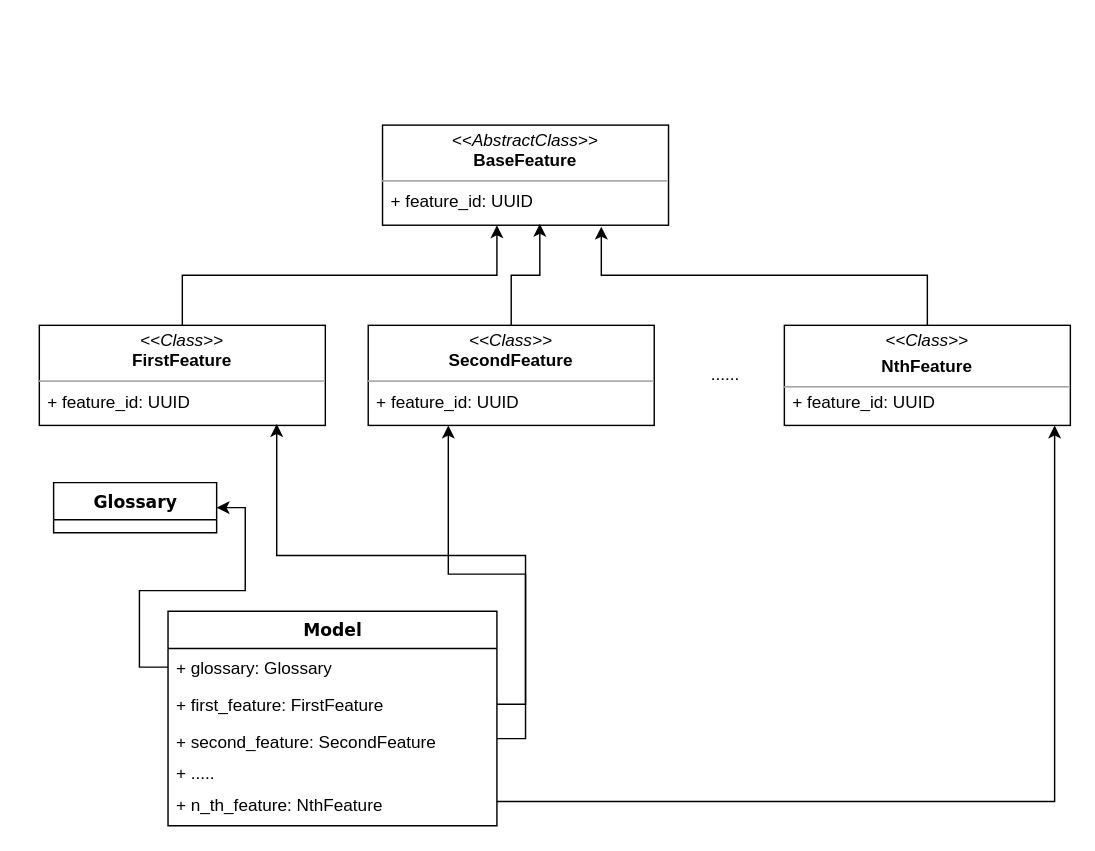
The draw.io diagram master/sources/diploma/architecture/diagrams/model/classes.drawio in stalker-fc/diploma, before the edit. Source tidied: cells renumbered, new cells numbered last; positions are measured from the earlier drawing's top-left corner, leaving out a move shared by most shapes. Both pictures are drawn from the tidied source at 143%, with x=0, y=0 at pixel (39, 124).
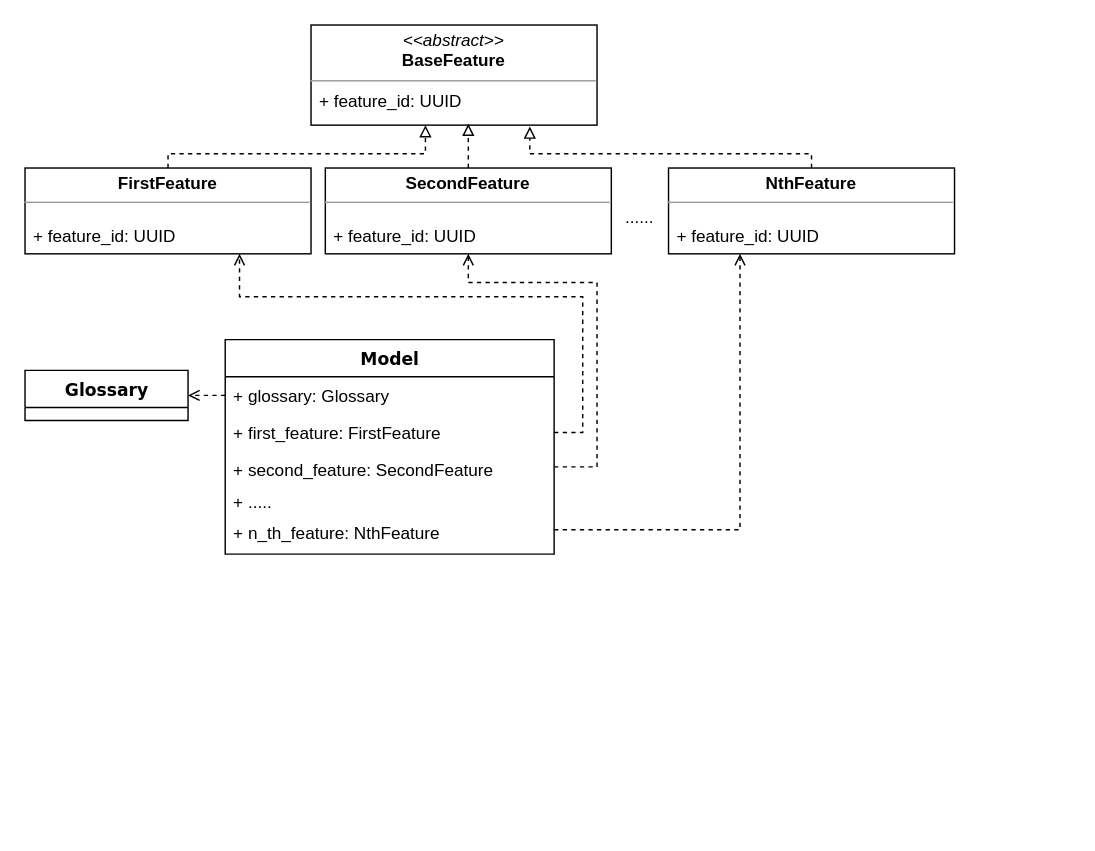
Above is the later version.

Commit message (it also covers changes not shown here):
update math classes diagram

The change refers to these unchanged cells:
```xml
<mxCell id="4" value="+ feature_id: UUID" style="text;html=1;strokeColor=none;fillColor=none;align=left;verticalAlign=top;spacingLeft=4;spacingRight=4;whiteSpace=wrap;overflow=hidden;points=[[0,0.5],[1,0.5]];portConstraint=eastwest;" parent="2" vertex="1">
  <mxGeometry y="40" width="200" height="30" as="geometry" />
</mxCell>
<mxCell id="6" value="+ glossary: Glossary" style="text;html=1;strokeColor=none;fillColor=none;align=left;verticalAlign=top;spacingLeft=4;spacingRight=4;whiteSpace=wrap;overflow=hidden;points=[[0,0.5],[1,0.5]];portConstraint=eastwest;" parent="5" vertex="1">
  <mxGeometry y="26" width="230" height="26" as="geometry" />
</mxCell>
<mxCell id="7" value="+ first_feature: FirstFeature" style="text;html=1;strokeColor=none;fillColor=none;align=left;verticalAlign=top;spacingLeft=4;spacingRight=4;whiteSpace=wrap;overflow=hidden;points=[[0,0.5],[1,0.5]];portConstraint=eastwest;" parent="5" vertex="1">
  <mxGeometry y="52" width="230" height="26" as="geometry" />
</mxCell>
<mxCell id="8" value="+ second_feature: SecondFeature" style="text;html=1;strokeColor=none;fillColor=none;align=left;verticalAlign=top;spacingLeft=4;spacingRight=4;whiteSpace=wrap;overflow=hidden;points=[[0,0.5],[1,0.5]];portConstraint=eastwest;" parent="5" vertex="1">
  <mxGeometry y="78" width="230" height="22" as="geometry" />
</mxCell>
<mxCell id="10" value="+ n_th_feature: NthFeature" style="text;html=1;strokeColor=none;fillColor=none;align=left;verticalAlign=top;spacingLeft=4;spacingRight=4;whiteSpace=wrap;overflow=hidden;points=[[0,0.5],[1,0.5]];portConstraint=eastwest;" parent="5" vertex="1">
  <mxGeometry y="122" width="230" height="22" as="geometry" />
</mxCell>
```

What changed in the source:
```diff
@@
     <mxCell id="2" style="group;" parent="1" vertex="1">
-      <mxGeometry x="240" width="200" height="70" as="geometry" />
+      <mxGeometry x="190" y="-70" width="200" height="70" as="geometry" />
     </mxCell>
-    <mxCell id="3" value="&lt;p style=&quot;margin: 0px ; margin-top: 4px ; text-align: center&quot;&gt;&lt;i&gt;&amp;lt;&amp;lt;AbstractClass&amp;gt;&amp;gt;&lt;/i&gt;&lt;br&gt;&lt;b&gt;BaseFeature&lt;/b&gt;&lt;br&gt;&lt;/p&gt;&lt;hr size=&quot;1&quot;&gt;&lt;p style=&quot;margin: 0px ; margin-left: 4px&quot;&gt;&lt;br&gt;&lt;/p&gt;" style="verticalAlign=top;align=left;overflow=fill;fontSize=12;fontFamily=Helvetica;html=1;rounded=0;shadow=0;comic=0;labelBackgroundColor=none;strokeWidth=1;" parent="2" vertex="1">
+    <mxCell id="3" value="&lt;p style=&quot;margin: 0px ; margin-top: 4px ; text-align: center&quot;&gt;&lt;i&gt;&amp;lt;&amp;lt;abstract&amp;gt;&amp;gt;&lt;/i&gt;&lt;br&gt;&lt;b&gt;BaseFeature&lt;/b&gt;&lt;br&gt;&lt;/p&gt;&lt;hr size=&quot;1&quot;&gt;&lt;p style=&quot;margin: 0px ; margin-left: 4px&quot;&gt;&lt;br&gt;&lt;/p&gt;" style="verticalAlign=top;align=left;overflow=fill;fontSize=12;fontFamily=Helvetica;html=1;rounded=0;shadow=0;comic=0;labelBackgroundColor=none;strokeWidth=1;" parent="2" vertex="1">
       <mxGeometry width="200" height="70" as="geometry" />
     </mxCell>
@@
     <mxCell id="5" value="Model" style="swimlane;html=1;fontStyle=1;align=center;verticalAlign=top;horizontal=1;startSize=26;swimlaneFillColor=#ffffff;rounded=0;shadow=0;comic=0;labelBackgroundColor=none;strokeWidth=1;fillColor=none;fontFamily=Verdana;fontSize=12;" parent="1" vertex="1">
-      <mxGeometry x="90" y="340" width="230" height="150" as="geometry" />
+      <mxGeometry x="130" y="150" width="230" height="150" as="geometry" />
     </mxCell>
@@
     <mxCell id="11" value="Glossary" style="swimlane;html=1;fontStyle=1;align=center;verticalAlign=top;horizontal=1;startSize=26;swimlaneFillColor=#ffffff;rounded=0;shadow=0;comic=0;labelBackgroundColor=none;strokeWidth=1;fillColor=none;fontFamily=Verdana;fontSize=12;" parent="1" vertex="1">
-      <mxGeometry x="10" y="250" width="114" height="35" as="geometry" />
+      <mxGeometry x="-10" y="171.5" width="114" height="35" as="geometry" />
     </mxCell>
     <mxCell id="12" style="group;" parent="1" vertex="1">
-      <mxGeometry y="140" width="200" height="70" as="geometry" />
+      <mxGeometry x="-10" y="30" width="200" height="60" as="geometry" />
     </mxCell>
-    <mxCell id="13" value="&lt;p style=&quot;margin: 0px ; margin-top: 4px ; text-align: center&quot;&gt;&lt;i&gt;&amp;lt;&amp;lt;Class&amp;gt;&amp;gt;&lt;/i&gt;&lt;br&gt;&lt;b&gt;FirstFeature&lt;/b&gt;&lt;br&gt;&lt;/p&gt;&lt;hr size=&quot;1&quot;&gt;&lt;p style=&quot;margin: 0px ; margin-left: 4px&quot;&gt;&lt;br&gt;&lt;/p&gt;" style="verticalAlign=top;align=left;overflow=fill;fontSize=12;fontFamily=Helvetica;html=1;rounded=0;shadow=0;comic=0;labelBackgroundColor=none;strokeWidth=1;" parent="12" vertex="1">
-      <mxGeometry width="200" height="70" as="geometry" />
+    <mxCell id="13" value="&lt;p style=&quot;margin: 0px ; margin-top: 4px ; text-align: center&quot;&gt;&lt;b&gt;FirstFeature&lt;/b&gt;&lt;br&gt;&lt;/p&gt;&lt;hr size=&quot;1&quot;&gt;&lt;p style=&quot;margin: 0px ; margin-left: 4px&quot;&gt;&lt;br&gt;&lt;/p&gt;" style="verticalAlign=top;align=left;overflow=fill;fontSize=12;fontFamily=Helvetica;html=1;rounded=0;shadow=0;comic=0;labelBackgroundColor=none;strokeWidth=1;" parent="12" vertex="1">
+      <mxGeometry width="200" height="60" as="geometry" />
     </mxCell>
     <mxCell id="14" value="+ feature_id: UUID" style="text;html=1;strokeColor=none;fillColor=none;align=left;verticalAlign=top;spacingLeft=4;spacingRight=4;whiteSpace=wrap;overflow=hidden;points=[[0,0.5],[1,0.5]];portConstraint=eastwest;" parent="12" vertex="1">
-      <mxGeometry y="40" width="200" height="30" as="geometry" />
+      <mxGeometry y="34.3" width="200" height="25.7" as="geometry" />
     </mxCell>
     <mxCell id="15" style="group;" parent="1" vertex="1">
-      <mxGeometry x="230" y="140" width="200" height="70" as="geometry" />
+      <mxGeometry x="200" y="30" width="200" height="60" as="geometry" />
     </mxCell>
-    <mxCell id="16" value="&lt;p style=&quot;margin: 0px ; margin-top: 4px ; text-align: center&quot;&gt;&lt;i&gt;&amp;lt;&amp;lt;Class&amp;gt;&amp;gt;&lt;/i&gt;&lt;br&gt;&lt;b&gt;SecondFeature&lt;/b&gt;&lt;br&gt;&lt;/p&gt;&lt;hr size=&quot;1&quot;&gt;&lt;p style=&quot;margin: 0px ; margin-left: 4px&quot;&gt;&lt;br&gt;&lt;/p&gt;" style="verticalAlign=top;align=left;overflow=fill;fontSize=12;fontFamily=Helvetica;html=1;rounded=0;shadow=0;comic=0;labelBackgroundColor=none;strokeWidth=1;" parent="15" vertex="1">
-      <mxGeometry width="200" height="70" as="geometry" />
+    <mxCell id="16" value="&lt;p style=&quot;margin: 0px ; margin-top: 4px ; text-align: center&quot;&gt;&lt;b&gt;SecondFeature&lt;/b&gt;&lt;br&gt;&lt;/p&gt;&lt;hr size=&quot;1&quot;&gt;&lt;p style=&quot;margin: 0px ; margin-left: 4px&quot;&gt;&lt;br&gt;&lt;/p&gt;" style="verticalAlign=top;align=left;overflow=fill;fontSize=12;fontFamily=Helvetica;html=1;rounded=0;shadow=0;comic=0;labelBackgroundColor=none;strokeWidth=1;" parent="15" vertex="1">
+      <mxGeometry width="200" height="60" as="geometry" />
     </mxCell>
     <mxCell id="17" value="+ feature_id: UUID" style="text;html=1;strokeColor=none;fillColor=none;align=left;verticalAlign=top;spacingLeft=4;spacingRight=4;whiteSpace=wrap;overflow=hidden;points=[[0,0.5],[1,0.5]];portConstraint=eastwest;" parent="15" vertex="1">
-      <mxGeometry y="40" width="200" height="30" as="geometry" />
+      <mxGeometry y="34.3" width="200" height="25.7" as="geometry" />
     </mxCell>
     <mxCell id="18" style="group;" parent="1" vertex="1">
-      <mxGeometry x="521" y="140" width="200" height="70" as="geometry" />
+      <mxGeometry x="440" y="30" width="200" height="60" as="geometry" />
     </mxCell>
-    <mxCell id="19" value="&lt;p style=&quot;margin: 0px ; margin-top: 4px ; text-align: center&quot;&gt;&lt;i&gt;&amp;lt;&amp;lt;Class&amp;gt;&amp;gt;&lt;/i&gt;&lt;/p&gt;&lt;p style=&quot;margin: 0px ; margin-top: 4px ; text-align: center&quot;&gt;&lt;b&gt;NthFeature&lt;/b&gt;&lt;br&gt;&lt;/p&gt;&lt;hr size=&quot;1&quot;&gt;&lt;p style=&quot;margin: 0px ; margin-left: 4px&quot;&gt;&lt;br&gt;&lt;/p&gt;" style="verticalAlign=top;align=left;overflow=fill;fontSize=12;fontFamily=Helvetica;html=1;rounded=0;shadow=0;comic=0;labelBackgroundColor=none;strokeWidth=1;" parent="18" vertex="1">
-      <mxGeometry width="200" height="70" as="geometry" />
+    <mxCell id="19" value="&lt;p style=&quot;margin: 0px ; margin-top: 4px ; text-align: center&quot;&gt;&lt;b&gt;NthFeature&lt;/b&gt;&lt;br&gt;&lt;/p&gt;&lt;hr size=&quot;1&quot;&gt;&lt;p style=&quot;margin: 0px ; margin-left: 4px&quot;&gt;&lt;br&gt;&lt;/p&gt;" style="verticalAlign=top;align=left;overflow=fill;fontSize=12;fontFamily=Helvetica;html=1;rounded=0;shadow=0;comic=0;labelBackgroundColor=none;strokeWidth=1;" parent="18" vertex="1">
+      <mxGeometry width="200" height="60" as="geometry" />
     </mxCell>
     <mxCell id="20" value="+ feature_id: UUID" style="text;html=1;strokeColor=none;fillColor=none;align=left;verticalAlign=top;spacingLeft=4;spacingRight=4;whiteSpace=wrap;overflow=hidden;points=[[0,0.5],[1,0.5]];portConstraint=eastwest;" parent="18" vertex="1">
-      <mxGeometry y="40" width="200" height="30" as="geometry" />
+      <mxGeometry y="34.3" width="200" height="25.7" as="geometry" />
     </mxCell>
     <mxCell id="21" value="......" style="text;html=1;strokeColor=none;fillColor=none;align=center;verticalAlign=middle;whiteSpace=wrap;rounded=0;" parent="1" vertex="1">
-      <mxGeometry x="450" y="160" width="60" height="30" as="geometry" />
+      <mxGeometry x="390" y="50" width="60" height="30" as="geometry" />
     </mxCell>
-    <mxCell id="22" style="edgeStyle=orthogonalEdgeStyle;rounded=0;jettySize=auto;html=1;exitX=0.5;exitY=0;exitDx=0;exitDy=0;entryX=0.4;entryY=1;entryDx=0;entryDy=0;entryPerimeter=0;" parent="1" edge="1" source="13" target="4">
-      <mxGeometry relative="1" as="geometry" />
+    <mxCell id="22" style="edgeStyle=orthogonalEdgeStyle;rounded=0;jettySize=auto;html=1;exitX=0.5;exitY=0;exitDx=0;exitDy=0;entryX=0.4;entryY=1;entryDx=0;entryDy=0;entryPerimeter=0;endArrow=block;endFill=0;dashed=1;" parent="1" edge="1" source="13" target="4">
+      <mxGeometry relative="1" as="geometry">
+        <Array as="points">
+          <mxPoint x="90" y="20" />
+          <mxPoint x="270" y="20" />
+        </Array>
+      </mxGeometry>
     </mxCell>
-    <mxCell id="23" style="edgeStyle=orthogonalEdgeStyle;rounded=0;jettySize=auto;html=1;exitX=0.5;exitY=0;exitDx=0;exitDy=0;entryX=0.55;entryY=0.967;entryDx=0;entryDy=0;entryPerimeter=0;" parent="1" edge="1" source="16" target="4">
+    <mxCell id="23" style="edgeStyle=orthogonalEdgeStyle;rounded=0;jettySize=auto;html=1;exitX=0.5;exitY=0;exitDx=0;exitDy=0;entryX=0.55;entryY=0.967;entryDx=0;entryDy=0;entryPerimeter=0;endArrow=block;endFill=0;dashed=1;" parent="1" edge="1" source="16" target="4">
       <mxGeometry relative="1" as="geometry" />
     </mxCell>
-    <mxCell id="24" style="edgeStyle=orthogonalEdgeStyle;rounded=0;jettySize=auto;html=1;exitX=0.5;exitY=0;exitDx=0;exitDy=0;entryX=0.765;entryY=1.033;entryDx=0;entryDy=0;entryPerimeter=0;" parent="1" edge="1" source="19" target="4">
-      <mxGeometry relative="1" as="geometry" />
+    <mxCell id="24" style="edgeStyle=orthogonalEdgeStyle;rounded=0;jettySize=auto;html=1;exitX=0.5;exitY=0;exitDx=0;exitDy=0;entryX=0.765;entryY=1.033;entryDx=0;entryDy=0;entryPerimeter=0;endArrow=block;endFill=0;dashed=1;" parent="1" edge="1" source="19" target="4">
+      <mxGeometry relative="1" as="geometry">
+        <Array as="points">
+          <mxPoint x="540" y="20" />
+          <mxPoint x="343" y="20" />
+        </Array>
+      </mxGeometry>
     </mxCell>
-    <mxCell id="25" style="edgeStyle=orthogonalEdgeStyle;rounded=0;jettySize=auto;html=1;exitX=1;exitY=0.5;exitDx=0;exitDy=0;entryX=0.945;entryY=1;entryDx=0;entryDy=0;entryPerimeter=0;" parent="1" edge="1" source="10" target="20">
-      <mxGeometry relative="1" as="geometry" />
-    </mxCell>
-    <mxCell id="26" style="edgeStyle=orthogonalEdgeStyle;rounded=0;jettySize=auto;html=1;exitX=0;exitY=0.5;exitDx=0;exitDy=0;entryX=1;entryY=0.5;entryDx=0;entryDy=0;" parent="1" edge="1" source="6" target="11">
+    <mxCell id="26" style="edgeStyle=orthogonalEdgeStyle;rounded=0;jettySize=auto;html=1;exitX=0;exitY=0.5;exitDx=0;exitDy=0;entryX=1;entryY=0.5;entryDx=0;entryDy=0;dashed=1;endArrow=open;endFill=0;" parent="1" edge="1" source="6" target="11">
       <mxGeometry relative="1" as="geometry" />
     </mxCell>
-    <mxCell id="27" style="edgeStyle=orthogonalEdgeStyle;rounded=0;jettySize=auto;html=1;exitX=1;exitY=0.5;exitDx=0;exitDy=0;entryX=0.83;entryY=0.967;entryDx=0;entryDy=0;entryPerimeter=0;" parent="1" edge="1" source="7" target="14">
-      <mxGeometry relative="1" as="geometry" />
-    </mxCell>
-    <mxCell id="28" style="edgeStyle=orthogonalEdgeStyle;rounded=0;jettySize=auto;html=1;exitX=1;exitY=0.5;exitDx=0;exitDy=0;entryX=0.28;entryY=1;entryDx=0;entryDy=0;entryPerimeter=0;" parent="1" edge="1" source="8" target="17">
-      <mxGeometry relative="1" as="geometry" />
-    </mxCell>
+    <mxCell id="29" style="edgeStyle=orthogonalEdgeStyle;rounded=0;jettySize=auto;html=1;exitX=1;exitY=0.5;exitDx=0;exitDy=0;entryX=0.75;entryY=1;entryDx=0;entryDy=0;dashed=1;endArrow=open;endFill=0;" parent="1" edge="1" source="7" target="13">
+      <mxGeometry relative="1" as="geometry">
+        <Array as="points">
+          <mxPoint x="380" y="215" />
+          <mxPoint x="380" y="120" />
+          <mxPoint x="140" y="120" />
+        </Array>
+      </mxGeometry>
+    </mxCell>
+    <mxCell id="30" style="edgeStyle=orthogonalEdgeStyle;rounded=0;jettySize=auto;html=1;exitX=1;exitY=0.5;exitDx=0;exitDy=0;entryX=0.5;entryY=1;entryDx=0;entryDy=0;dashed=1;endArrow=open;endFill=0;" parent="1" edge="1" source="8" target="16">
+      <mxGeometry relative="1" as="geometry">
+        <Array as="points">
+          <mxPoint x="390" y="239" />
+          <mxPoint x="390" y="110" />
+          <mxPoint x="300" y="110" />
+        </Array>
+      </mxGeometry>
+    </mxCell>
+    <mxCell id="31" style="edgeStyle=orthogonalEdgeStyle;rounded=0;jettySize=auto;html=1;exitX=1;exitY=0.5;exitDx=0;exitDy=0;entryX=0.25;entryY=1;entryDx=0;entryDy=0;dashed=1;endArrow=open;endFill=0;" parent="1" edge="1" source="10" target="19">
+      <mxGeometry relative="1" as="geometry" />
+    </mxCell>
```
